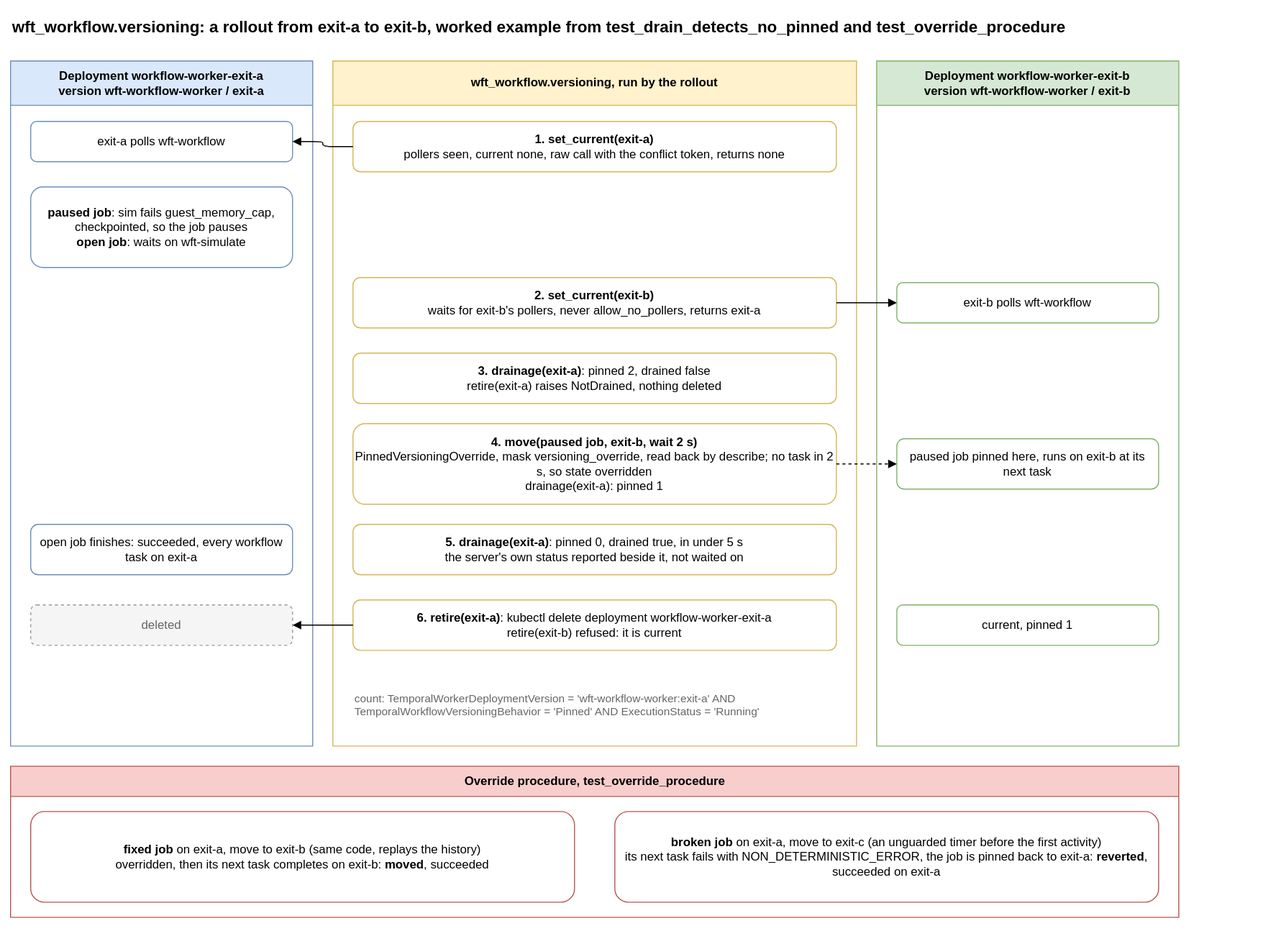
The draw.io diagram packages/workflow/versioning.drawio.svg in AndoNorth/disyard, before a commit. Source tidied: cells renumbered, new cells last; positions are measured from the earlier drawing's top-left corner, leaving out a move shared by most shapes.
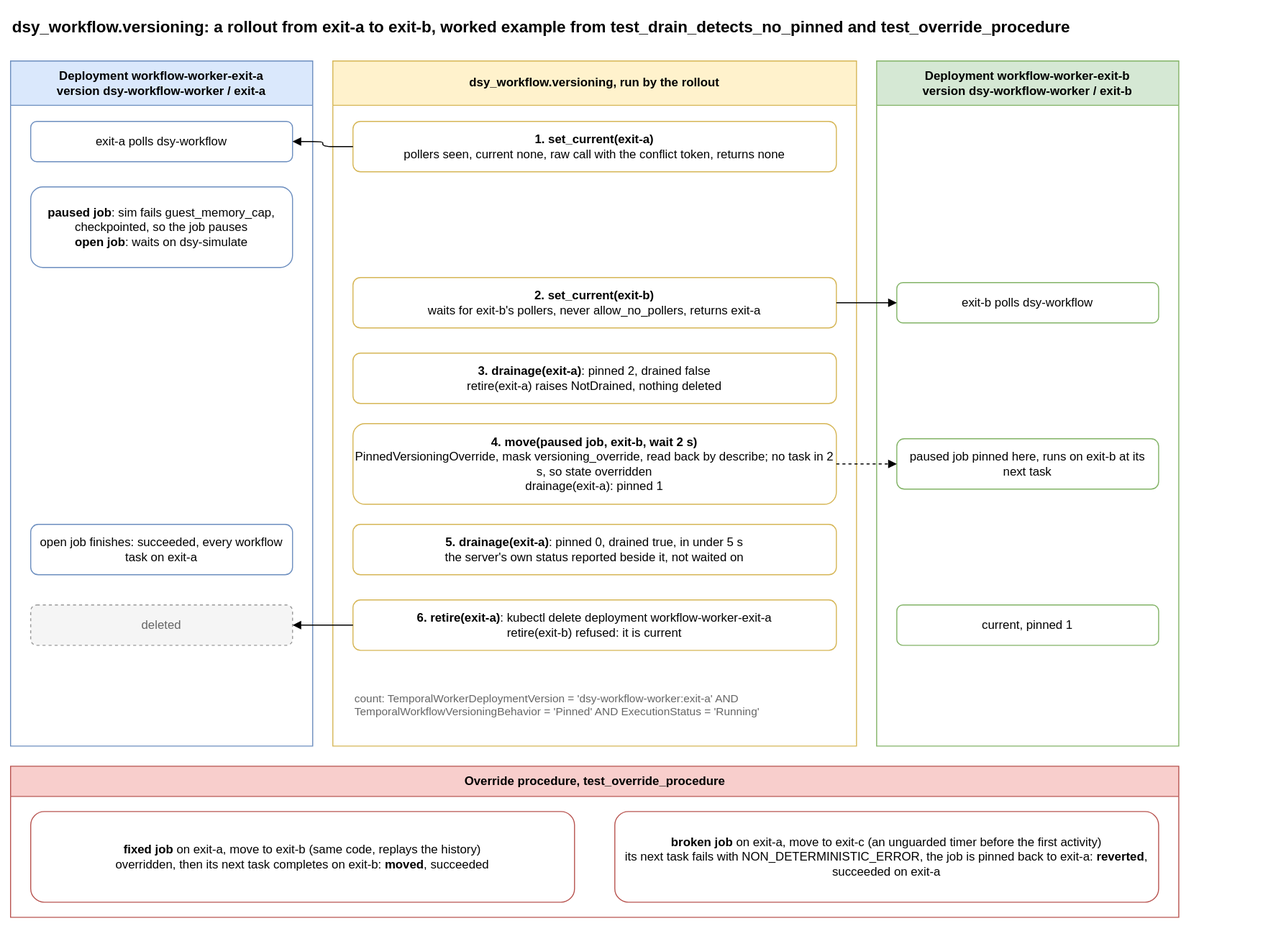
The same file after the commit.

What changed in the source:
```diff
@@ -2,16 +2,16 @@
   <root>
     <mxCell id="0" />
     <mxCell id="1" parent="0" />
-    <mxCell id="2" value="wft_workflow.versioning: a rollout from exit-a to exit-b, worked example from test_drain_detects_no_pinned and test_override_procedure" style="text;html=1;fontSize=16;fontStyle=1;align=left;" parent="1" vertex="1">
+    <mxCell id="2" value="dsy_workflow.versioning: a rollout from exit-a to exit-b, worked example from test_drain_detects_no_pinned and test_override_procedure" style="text;html=1;fontSize=16;fontStyle=1;align=left;" parent="1" vertex="1">
       <mxGeometry width="1240" height="30" as="geometry" />
     </mxCell>
-    <mxCell id="3" value="Deployment workflow-worker-exit-a&lt;br&gt;version wft-workflow-worker / exit-a" style="swimlane;startSize=44;html=1;fillColor=#dae8fc;strokeColor=#6c8ebf;fontStyle=1;whiteSpace=wrap;" parent="1" vertex="1">
+    <mxCell id="3" value="Deployment workflow-worker-exit-a&lt;br&gt;version dsy-workflow-worker / exit-a" style="swimlane;startSize=44;html=1;fillColor=#dae8fc;strokeColor=#6c8ebf;fontStyle=1;whiteSpace=wrap;" parent="1" vertex="1">
       <mxGeometry y="50" width="300" height="680" as="geometry" />
     </mxCell>
-    <mxCell id="4" value="exit-a polls wft-workflow" style="rounded=1;whiteSpace=wrap;html=1;fillColor=#ffffff;strokeColor=#6c8ebf;" parent="3" vertex="1">
+    <mxCell id="4" value="exit-a polls dsy-workflow" style="rounded=1;whiteSpace=wrap;html=1;fillColor=#ffffff;strokeColor=#6c8ebf;" parent="3" vertex="1">
       <mxGeometry x="20" y="60" width="260" height="40" as="geometry" />
     </mxCell>
-    <mxCell id="5" value="&lt;b&gt;paused job&lt;/b&gt;: sim fails guest_memory_cap, checkpointed, so the job pauses&lt;br&gt;&lt;b&gt;open job&lt;/b&gt;: waits on wft-simulate" style="rounded=1;whiteSpace=wrap;html=1;fillColor=#ffffff;strokeColor=#6c8ebf;" parent="3" vertex="1">
+    <mxCell id="5" value="&lt;b&gt;paused job&lt;/b&gt;: sim fails guest_memory_cap, checkpointed, so the job pauses&lt;br&gt;&lt;b&gt;open job&lt;/b&gt;: waits on dsy-simulate" style="rounded=1;whiteSpace=wrap;html=1;fillColor=#ffffff;strokeColor=#6c8ebf;" parent="3" vertex="1">
       <mxGeometry x="20" y="125" width="260" height="80" as="geometry" />
     </mxCell>
     <mxCell id="6" value="open job finishes: succeeded, every workflow task on exit-a" style="rounded=1;whiteSpace=wrap;html=1;fillColor=#ffffff;strokeColor=#6c8ebf;" parent="3" vertex="1">
@@ -20,7 +20,7 @@
     <mxCell id="7" value="deleted" style="rounded=1;whiteSpace=wrap;html=1;fillColor=#f5f5f5;strokeColor=#999999;dashed=1;fontColor=#666666;" parent="3" vertex="1">
       <mxGeometry x="20" y="540" width="260" height="40" as="geometry" />
     </mxCell>
-    <mxCell id="8" value="wft_workflow.versioning, run by the rollout" style="swimlane;startSize=44;html=1;fillColor=#fff2cc;strokeColor=#d6b656;fontStyle=1;whiteSpace=wrap;" parent="1" vertex="1">
+    <mxCell id="8" value="dsy_workflow.versioning, run by the rollout" style="swimlane;startSize=44;html=1;fillColor=#fff2cc;strokeColor=#d6b656;fontStyle=1;whiteSpace=wrap;" parent="1" vertex="1">
       <mxGeometry x="320" y="50" width="520" height="680" as="geometry" />
     </mxCell>
     <mxCell id="9" value="&lt;b&gt;1. set_current(exit-a)&lt;/b&gt;&lt;br&gt;pollers seen, current none, raw call with the conflict token, returns none" style="rounded=1;whiteSpace=wrap;html=1;fillColor=#ffffff;strokeColor=#d6b656;" parent="8" vertex="1">
@@ -41,13 +41,13 @@
     <mxCell id="14" value="&lt;b&gt;6. retire(exit-a)&lt;/b&gt;: kubectl delete deployment workflow-worker-exit-a&lt;br&gt;retire(exit-b) refused: it is current" style="rounded=1;whiteSpace=wrap;html=1;fillColor=#ffffff;strokeColor=#d6b656;" parent="8" vertex="1">
       <mxGeometry x="20" y="535" width="480" height="50" as="geometry" />
     </mxCell>
-    <mxCell id="15" value="count: TemporalWorkerDeploymentVersion = 'wft-workflow-worker:exit-a' AND TemporalWorkflowVersioningBehavior = 'Pinned' AND ExecutionStatus = 'Running'" style="text;html=1;whiteSpace=wrap;align=left;fontSize=11;fontColor=#666666;" parent="8" vertex="1">
+    <mxCell id="15" value="count: TemporalWorkerDeploymentVersion = 'dsy-workflow-worker:exit-a' AND TemporalWorkflowVersioningBehavior = 'Pinned' AND ExecutionStatus = 'Running'" style="text;html=1;whiteSpace=wrap;align=left;fontSize=11;fontColor=#666666;" parent="8" vertex="1">
       <mxGeometry x="20" y="620" width="480" height="40" as="geometry" />
     </mxCell>
-    <mxCell id="16" value="Deployment workflow-worker-exit-b&lt;br&gt;version wft-workflow-worker / exit-b" style="swimlane;startSize=44;html=1;fillColor=#d5e8d4;strokeColor=#82b366;fontStyle=1;whiteSpace=wrap;" parent="1" vertex="1">
+    <mxCell id="16" value="Deployment workflow-worker-exit-b&lt;br&gt;version dsy-workflow-worker / exit-b" style="swimlane;startSize=44;html=1;fillColor=#d5e8d4;strokeColor=#82b366;fontStyle=1;whiteSpace=wrap;" parent="1" vertex="1">
       <mxGeometry x="860" y="50" width="300" height="680" as="geometry" />
     </mxCell>
-    <mxCell id="17" value="exit-b polls wft-workflow" style="rounded=1;whiteSpace=wrap;html=1;fillColor=#ffffff;strokeColor=#82b366;" parent="16" vertex="1">
+    <mxCell id="17" value="exit-b polls dsy-workflow" style="rounded=1;whiteSpace=wrap;html=1;fillColor=#ffffff;strokeColor=#82b366;" parent="16" vertex="1">
       <mxGeometry x="20" y="220" width="260" height="40" as="geometry" />
     </mxCell>
     <mxCell id="18" value="paused job pinned here, runs on exit-b at its next task" style="rounded=1;whiteSpace=wrap;html=1;fillColor=#ffffff;strokeColor=#82b366;" parent="16" vertex="1">
```
